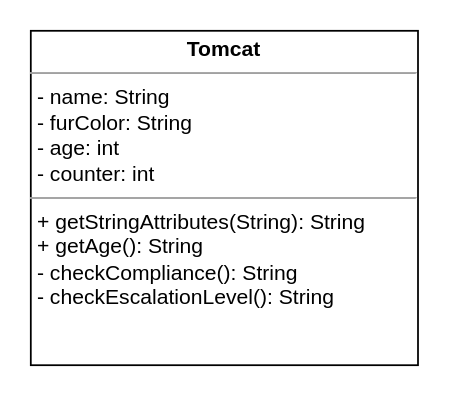
The draw.io diagram page "Tomcat" (3 of 4) of cat.drawio in Tson158/03a_Inheritance, before the edit. Source tidied: cells renumbered, new cells numbered last; positions are measured from the earlier drawing's top-left corner, leaving out a move shared by most shapes. Both pictures are drawn from the tidied source at 176%, with x=0, y=0 at pixel (30, 30).
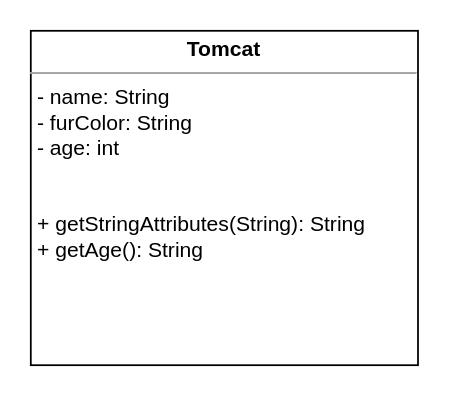
Above is the later version.

Change to the diagram source:
```diff
@@
 <mxGraphModel>
   <root>
     <mxCell id="0" />
     <mxCell id="1" parent="0" />
-    <mxCell id="2" value="&lt;p style=&quot;margin: 0px ; margin-top: 4px ; text-align: center&quot;&gt;&lt;b&gt;Tomcat&lt;/b&gt;&lt;/p&gt;&lt;hr size=&quot;1&quot;&gt;&lt;p style=&quot;margin: 0px ; margin-left: 4px&quot;&gt;- name: String&lt;/p&gt;&lt;p style=&quot;margin: 0px ; margin-left: 4px&quot;&gt;- furColor: String&lt;br&gt;&lt;/p&gt;&lt;p style=&quot;margin: 0px ; margin-left: 4px&quot;&gt;- age: int&lt;/p&gt;&lt;p style=&quot;margin: 0px ; margin-left: 4px&quot;&gt;&lt;span&gt;- counter: int&lt;/span&gt;&lt;br&gt;&lt;/p&gt;&lt;hr size=&quot;1&quot;&gt;&lt;p style=&quot;margin: 0px ; margin-left: 4px&quot;&gt;&lt;span&gt;+ getStringAttributes(String): String&lt;/span&gt;&lt;br&gt;&lt;/p&gt;&lt;p style=&quot;margin: 0px ; margin-left: 4px&quot;&gt;+ getAge(): String&lt;br&gt;&lt;/p&gt;&lt;p style=&quot;margin: 0px ; margin-left: 4px&quot;&gt;- checkCompliance(): String&lt;br&gt;&lt;/p&gt;&lt;p style=&quot;margin: 0px ; margin-left: 4px&quot;&gt;- checkEscalationLevel(): String&lt;br&gt;&lt;/p&gt;" style="verticalAlign=top;align=left;overflow=fill;fontSize=12;fontFamily=Helvetica;html=1;" parent="1" vertex="1">
+    <mxCell id="2" value="&lt;p style=&quot;margin: 0px ; margin-top: 4px ; text-align: center&quot;&gt;&lt;b&gt;Tomcat&lt;/b&gt;&lt;/p&gt;&lt;hr size=&quot;1&quot;&gt;&lt;p style=&quot;margin: 0px ; margin-left: 4px&quot;&gt;- name: String&lt;/p&gt;&lt;p style=&quot;margin: 0px ; margin-left: 4px&quot;&gt;- furColor: String&lt;br&gt;&lt;/p&gt;&lt;p style=&quot;margin: 0px ; margin-left: 4px&quot;&gt;- age: int&lt;/p&gt;&lt;p style=&quot;margin: 0px ; margin-left: 4px&quot;&gt;&lt;br&gt;&lt;/p&gt;&lt;p style=&quot;margin: 0px ; margin-left: 4px&quot;&gt;&lt;br&gt;&lt;/p&gt;&lt;p style=&quot;margin: 0px ; margin-left: 4px&quot;&gt;&lt;/p&gt;&lt;p style=&quot;margin: 0px ; margin-left: 4px&quot;&gt;&lt;span&gt;+ getStringAtt&lt;/span&gt;&lt;span&gt;ributes(String): String&lt;/span&gt;&lt;/p&gt;&lt;p style=&quot;margin: 0px ; margin-left: 4px&quot;&gt;+ getAge(): String&lt;br&gt;&lt;/p&gt;&lt;p style=&quot;margin: 0px ; margin-left: 4px&quot;&gt;&lt;br&gt;&lt;/p&gt;" style="verticalAlign=top;align=left;overflow=fill;fontSize=12;fontFamily=Helvetica;html=1;" parent="1" vertex="1">
       <mxGeometry width="220" height="190" as="geometry" />
     </mxCell>
   </root>
 </mxGraphModel>
```
